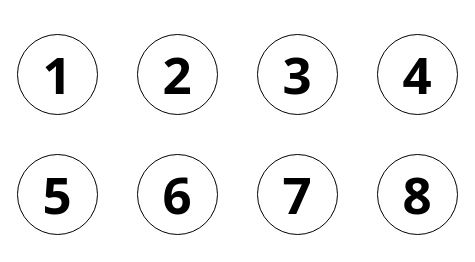
MrMenzinsky/Decor-attach-blocks keeps this draw.io diagram as icons/Number_Swatches_Icon_Buttons.drawio. Above is the earlier version. Source tidied: cells renumbered, new cells numbered last; positions are measured from the earlier drawing's top-left corner, leaving out a move shared by most shapes. Both pictures are drawn from the tidied source at 100%, with x=0, y=0 at pixel (17, 34).
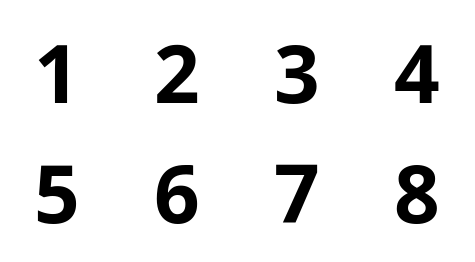
The same page after the edit.

Commit message (it also covers changes not shown here):
Updated material swatches with bigger number and removed border for cleaner look

The edit, as a diff of the source:
```diff
@@
 <mxGraphModel>
   <root>
     <mxCell id="0" />
     <mxCell id="1" parent="0" />
-    <mxCell id="2" value="1" style="ellipse;whiteSpace=wrap;html=1;fontFamily=Tahoma;fontSize=51;fontStyle=1;" parent="1" vertex="1">
+    <mxCell id="2" value="1" style="ellipse;whiteSpace=wrap;html=1;fontFamily=Tahoma;fontSize=80;fontStyle=1;verticalAlign=middle;spacing=2;spacingBottom=6;strokeColor=none;" parent="1" vertex="1">
       <mxGeometry width="80" height="80" as="geometry" />
     </mxCell>
-    <mxCell id="3" value="3" style="ellipse;whiteSpace=wrap;html=1;fontFamily=Tahoma;fontSize=51;fontStyle=1;" parent="1" vertex="1">
+    <mxCell id="3" value="3" style="ellipse;whiteSpace=wrap;html=1;fontFamily=Tahoma;fontSize=80;fontStyle=1;verticalAlign=middle;spacing=2;spacingBottom=6;strokeColor=none;" parent="1" vertex="1">
       <mxGeometry x="240" width="80" height="80" as="geometry" />
     </mxCell>
-    <mxCell id="4" value="2" style="ellipse;whiteSpace=wrap;html=1;fontFamily=Tahoma;fontSize=51;fontStyle=1;" parent="1" vertex="1">
+    <mxCell id="4" value="2" style="ellipse;whiteSpace=wrap;html=1;fontFamily=Tahoma;fontSize=80;fontStyle=1;verticalAlign=middle;spacing=2;spacingBottom=6;strokeColor=none;" parent="1" vertex="1">
       <mxGeometry x="120" width="80" height="80" as="geometry" />
     </mxCell>
-    <mxCell id="5" value="4" style="ellipse;whiteSpace=wrap;html=1;fontFamily=Tahoma;fontSize=51;fontStyle=1;" parent="1" vertex="1">
+    <mxCell id="5" value="4" style="ellipse;whiteSpace=wrap;html=1;fontFamily=Tahoma;fontSize=80;fontStyle=1;verticalAlign=middle;spacing=2;spacingBottom=6;strokeColor=none;" parent="1" vertex="1">
       <mxGeometry x="360" width="80" height="80" as="geometry" />
     </mxCell>
-    <mxCell id="6" value="6" style="ellipse;whiteSpace=wrap;html=1;fontFamily=Tahoma;fontSize=51;fontStyle=1;" parent="1" vertex="1">
+    <mxCell id="6" value="6" style="ellipse;whiteSpace=wrap;html=1;fontFamily=Tahoma;fontSize=80;fontStyle=1;verticalAlign=middle;spacing=2;spacingBottom=6;strokeColor=none;" parent="1" vertex="1">
       <mxGeometry x="120" y="120" width="80" height="80" as="geometry" />
     </mxCell>
-    <mxCell id="7" value="7" style="ellipse;whiteSpace=wrap;html=1;fontFamily=Tahoma;fontSize=51;fontStyle=1;" parent="1" vertex="1">
+    <mxCell id="7" value="7" style="ellipse;whiteSpace=wrap;html=1;fontFamily=Tahoma;fontSize=80;fontStyle=1;verticalAlign=middle;spacing=2;spacingBottom=6;strokeColor=none;" parent="1" vertex="1">
       <mxGeometry x="240" y="120" width="80" height="80" as="geometry" />
     </mxCell>
-    <mxCell id="8" value="8" style="ellipse;whiteSpace=wrap;html=1;fontFamily=Tahoma;fontSize=51;fontStyle=1;" parent="1" vertex="1">
+    <mxCell id="8" value="8" style="ellipse;whiteSpace=wrap;html=1;fontFamily=Tahoma;fontSize=80;fontStyle=1;verticalAlign=middle;spacing=2;spacingBottom=6;strokeColor=none;" parent="1" vertex="1">
       <mxGeometry x="360" y="120" width="80" height="80" as="geometry" />
     </mxCell>
-    <mxCell id="9" value="5" style="ellipse;whiteSpace=wrap;html=1;fontFamily=Tahoma;fontSize=51;fontStyle=1;" parent="1" vertex="1">
+    <mxCell id="9" value="5" style="ellipse;whiteSpace=wrap;html=1;fontFamily=Tahoma;fontSize=80;fontStyle=1;verticalAlign=middle;spacing=2;spacingBottom=6;strokeColor=none;" parent="1" vertex="1">
       <mxGeometry y="120" width="80" height="80" as="geometry" />
     </mxCell>
   </root>
 </mxGraphModel>
```
